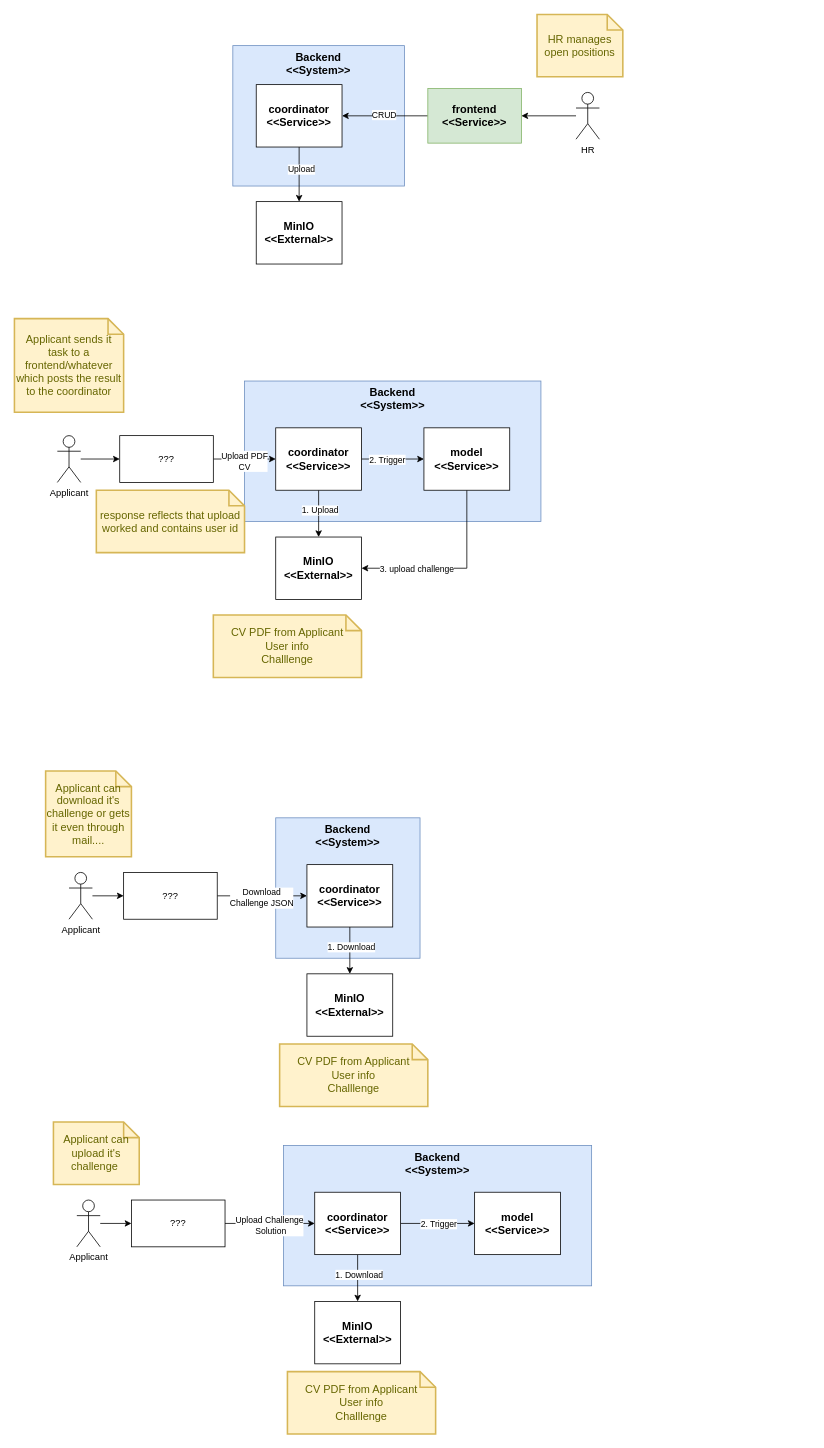
The draw.io diagram page "overview" (1 of 2) of architecture.drawio in marcus-sva/bwi-hackathon, before the edit. Source tidied: cells renumbered, new cells numbered last; positions are measured from the earlier drawing's top-left corner, leaving out a move shared by most shapes. Both pictures are drawn from the tidied source at 78%, with x=0, y=0 at pixel (14, 14).
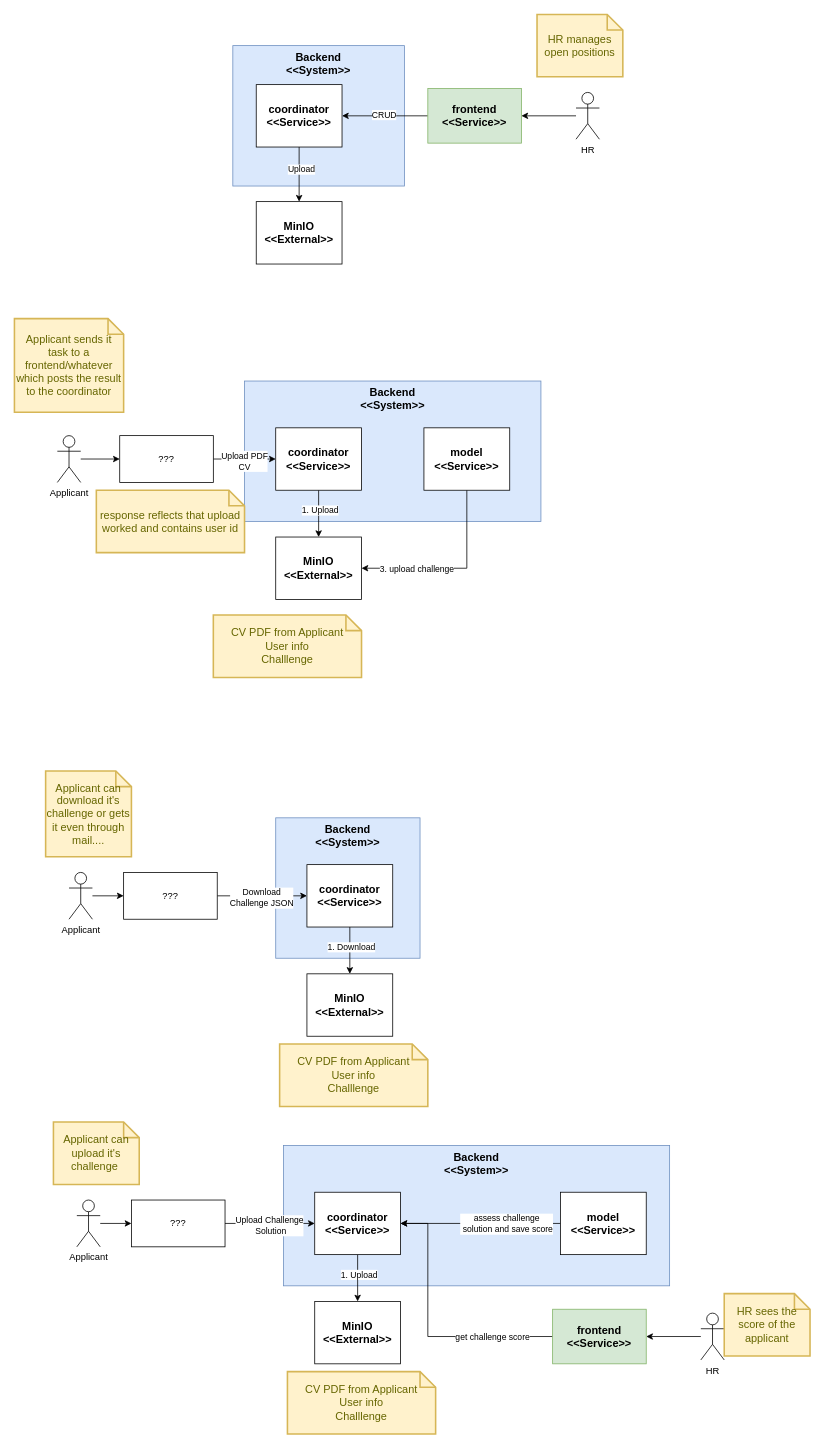
Above is the later version.

Unchanged cells that the change refers to:
```xml
<mxCell id="12" value="model&lt;div&gt;&amp;lt;&amp;lt;Service&amp;gt;&amp;gt;&lt;/div&gt;" style="rounded=0;whiteSpace=wrap;html=1;verticalAlign=middle;fontStyle=1;fontSize=14;" parent="1" vertex="1">
  <mxGeometry x="525" y="530" width="110" height="80" as="geometry" />
</mxCell>
<mxCell id="20" value="coordinator&lt;div&gt;&amp;lt;&amp;lt;Service&amp;gt;&amp;gt;&lt;/div&gt;" style="rounded=0;whiteSpace=wrap;html=1;verticalAlign=middle;fontStyle=1;fontSize=14;" parent="1" vertex="1">
  <mxGeometry x="335" y="530" width="110" height="80" as="geometry" />
</mxCell>
<mxCell id="44" style="edgeStyle=orthogonalEdgeStyle;rounded=0;jettySize=auto;html=1;" parent="1" edge="1" source="48" target="49">
  <mxGeometry relative="1" as="geometry" />
</mxCell>
<mxCell id="48" value="coordinator&lt;div&gt;&amp;lt;&amp;lt;Service&amp;gt;&amp;gt;&lt;/div&gt;" style="rounded=0;whiteSpace=wrap;html=1;verticalAlign=middle;fontStyle=1;fontSize=14;" parent="1" vertex="1">
  <mxGeometry x="385" y="1510" width="110" height="80" as="geometry" />
</mxCell>
```

The edit, as a diff of the source:
```diff
@@
-    <mxCell id="18" style="edgeStyle=orthogonalEdgeStyle;rounded=0;jettySize=auto;html=1;entryX=0;entryY=0.5;entryDx=0;entryDy=0;" parent="1" edge="1" source="20" target="12">
-      <mxGeometry relative="1" as="geometry" />
-    </mxCell>
-    <mxCell id="19" value="2. Trigger" style="edgeLabel;html=1;align=center;verticalAlign=middle;" parent="18" vertex="1">
-      <mxGeometry x="-0.2" y="-2" relative="1" as="geometry">
-        <mxPoint y="-2" as="offset" />
-      </mxGeometry>
-    </mxCell>
@@
     <mxCell id="43" value="Backend&lt;div&gt;&amp;lt;&amp;lt;System&amp;gt;&amp;gt;&lt;/div&gt;" style="rounded=0;whiteSpace=wrap;html=1;verticalAlign=top;fontStyle=1;fontSize=14;fillColor=#dae8fc;strokeColor=#6c8ebf;" parent="1" vertex="1">
-      <mxGeometry x="345" y="1450" width="395" height="180" as="geometry" />
+      <mxGeometry x="345" y="1450" width="495" height="180" as="geometry" />
     </mxCell>
@@
-    <mxCell id="45" value="1. Download" style="edgeLabel;html=1;align=center;verticalAlign=middle;" parent="44" vertex="1">
+    <mxCell id="45" value="1. Upload" style="edgeLabel;html=1;align=center;verticalAlign=middle;" parent="44" vertex="1">
       <mxGeometry x="-0.18" y="1" relative="1" as="geometry" />
     </mxCell>
-    <mxCell id="46" style="edgeStyle=orthogonalEdgeStyle;rounded=0;jettySize=auto;html=1;entryX=0;entryY=0.5;entryDx=0;entryDy=0;" parent="1" edge="1" source="48" target="57">
-      <mxGeometry relative="1" as="geometry" />
-    </mxCell>
-    <mxCell id="47" value="2. Trigger" style="edgeLabel;html=1;align=center;verticalAlign=middle;" parent="46" vertex="1">
-      <mxGeometry x="-0.28" y="-1" relative="1" as="geometry">
-        <mxPoint x="14" y="-1" as="offset" />
-      </mxGeometry>
-    </mxCell>
@@
+    <mxCell id="58" style="edgeStyle=orthogonalEdgeStyle;rounded=0;jettySize=auto;html=1;entryX=1;entryY=0.5;entryDx=0;entryDy=0;" parent="1" edge="1" source="57" target="48">
+      <mxGeometry relative="1" as="geometry" />
+    </mxCell>
+    <mxCell id="59" value="assess challenge&lt;br&gt;&amp;nbsp;solution and save score" style="edgeLabel;html=1;align=center;verticalAlign=middle;" parent="58" vertex="1">
+      <mxGeometry x="-0.05" relative="1" as="geometry">
+        <mxPoint x="27" as="offset" />
+      </mxGeometry>
+    </mxCell>
     <mxCell id="57" value="model&lt;div&gt;&amp;lt;&amp;lt;Service&amp;gt;&amp;gt;&lt;/div&gt;" style="rounded=0;whiteSpace=wrap;html=1;verticalAlign=middle;fontStyle=1;fontSize=14;" parent="1" vertex="1">
-      <mxGeometry x="590" y="1510" width="110" height="80" as="geometry" />
+      <mxGeometry x="700" y="1510" width="110" height="80" as="geometry" />
     </mxCell>
+    <mxCell id="60" style="edgeStyle=orthogonalEdgeStyle;rounded=0;jettySize=auto;html=1;entryX=1;entryY=0.5;entryDx=0;entryDy=0;exitX=0;exitY=0.5;exitDx=0;exitDy=0;" parent="1" edge="1" source="62" target="48">
+      <mxGeometry relative="1" as="geometry">
+        <Array as="points">
+          <mxPoint x="530" y="1695" />
+          <mxPoint x="530" y="1550" />
+        </Array>
+      </mxGeometry>
+    </mxCell>
+    <mxCell id="61" value="get challenge score" style="edgeLabel;html=1;align=center;verticalAlign=middle;" parent="60" vertex="1">
+      <mxGeometry x="-0.33" y="-1" relative="1" as="geometry">
+        <mxPoint x="36" y="1" as="offset" />
+      </mxGeometry>
+    </mxCell>
+    <mxCell id="62" value="frontend&lt;div&gt;&amp;lt;&amp;lt;Service&amp;gt;&amp;gt;&lt;/div&gt;" style="rounded=0;whiteSpace=wrap;html=1;verticalAlign=middle;fontStyle=1;fontSize=14;fillColor=#d5e8d4;strokeColor=#82b366;" parent="1" vertex="1">
+      <mxGeometry x="690" y="1660" width="120" height="70" as="geometry" />
+    </mxCell>
+    <mxCell id="63" style="edgeStyle=orthogonalEdgeStyle;rounded=0;jettySize=auto;html=1;entryX=1;entryY=0.5;entryDx=0;entryDy=0;" parent="1" edge="1" source="64" target="62">
+      <mxGeometry relative="1" as="geometry" />
+    </mxCell>
+    <mxCell id="64" value="HR" style="shape=umlActor;verticalLabelPosition=bottom;verticalAlign=top;html=1;outlineConnect=0;" parent="1" vertex="1">
+      <mxGeometry x="880" y="1665" width="30" height="60" as="geometry" />
+    </mxCell>
+    <mxCell id="65" value="HR sees the score of the applicant" style="shape=note;strokeWidth=2;fontSize=14;size=20;whiteSpace=wrap;html=1;fillColor=#fff2cc;strokeColor=#d6b656;fontColor=#666600;" parent="1" vertex="1">
+      <mxGeometry x="910" y="1640" width="110" height="80" as="geometry" />
+    </mxCell>
```
